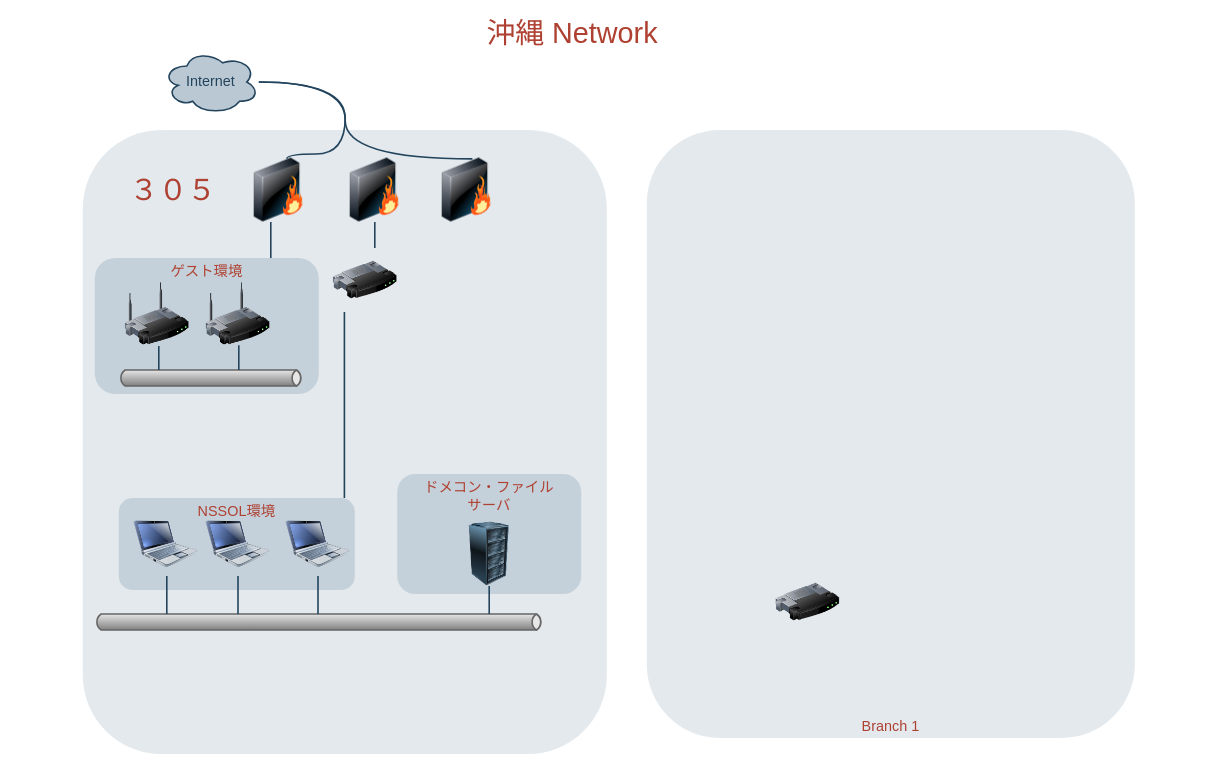
Before: 0610Study/Untitled Diagram.drawio in oomorimotohiro/study-4, a draw.io diagram. Source tidied: cells renumbered, new cells numbered last; positions are measured from the earlier drawing's top-left corner, leaving out a move shared by most shapes. Both pictures are drawn from the tidied source at 80%, with x=0, y=0 at pixel (20, 14).
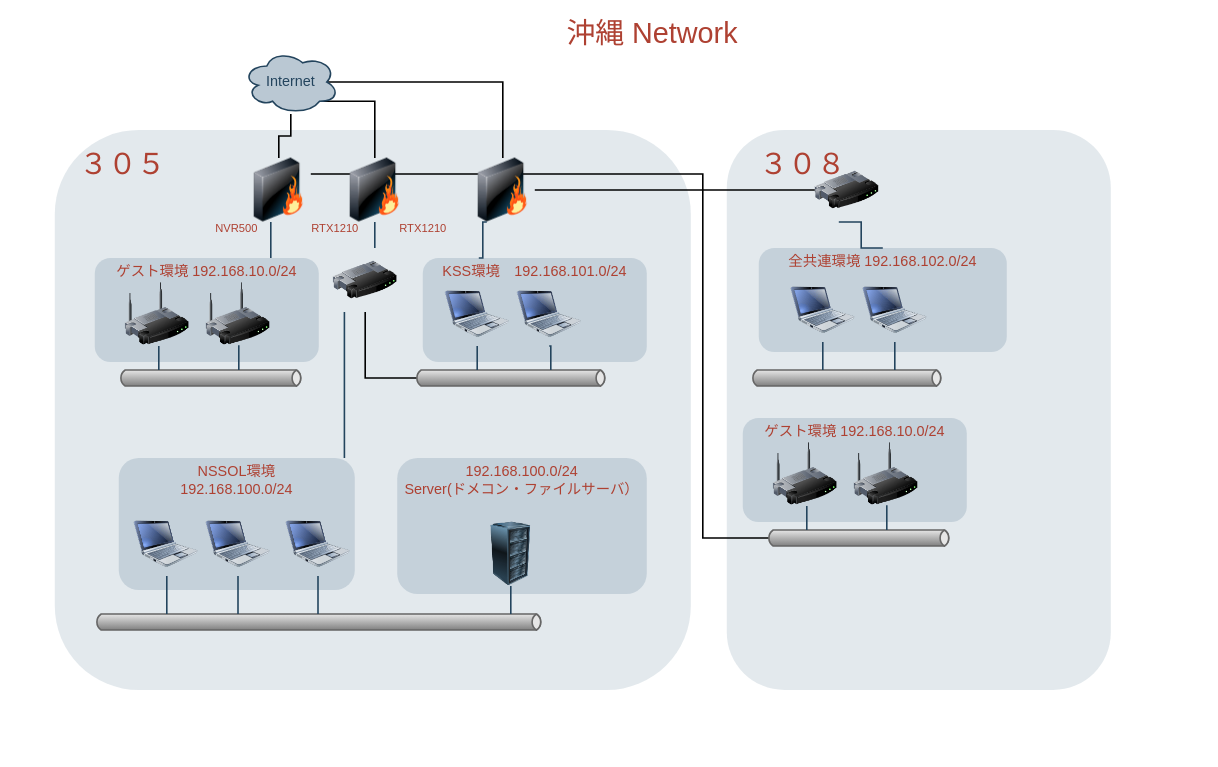
Above is the later version.

Unchanged cells that the change refers to:
```xml
<mxCell id="14" style="image;html=1;image=img/lib/clip_art/networking/Router_128x128.png;shadow=0;strokeColor=#000000;fillColor=#FFFFFF;gradientColor=none;fontSize=18;fontColor=#F08705;fontStyle=0;" parent="1" vertex="1">
  <mxGeometry x="391" y="292.5" width="80" height="80" as="geometry" />
</mxCell>
<mxCell id="16" style="image;html=1;image=img/lib/clip_art/networking/Firewall_128x128.png;shadow=0;strokeColor=#000000;fillColor=#FFFFFF;gradientColor=none;fontSize=18;fontColor=#F08705;fontStyle=0;" parent="1" vertex="1">
  <mxGeometry x="283" y="180" width="80" height="80" as="geometry" />
</mxCell>
<mxCell id="30" style="image;html=1;image=img/lib/clip_art/networking/Firewall_128x128.png;shadow=0;strokeColor=#000000;fillColor=#FFFFFF;gradientColor=none;fontSize=18;fontColor=#F08705;fontStyle=0;" parent="1" vertex="1">
  <mxGeometry x="403" y="180" width="80" height="80" as="geometry" />
</mxCell>
```

The edit, as a diff of the source:
```diff
@@
     <mxCell id="2" style="rounded=1;whiteSpace=wrap;html=1;shadow=0;strokeColor=none;fillColor=#BAC8D3;gradientColor=none;fontSize=18;fontColor=#F08705;opacity=40;fontStyle=0;strokeWidth=3;" parent="1" vertex="1">
-      <mxGeometry x="78" y="145" width="655" height="780" as="geometry" />
+      <mxGeometry x="43" y="145" width="795" height="700" as="geometry" />
     </mxCell>
-    <mxCell id="3" value="&lt;span style=&quot;line-height: 17.1818180084229px&quot;&gt;ゲスト環境&lt;/span&gt;" style="rounded=1;whiteSpace=wrap;html=1;shadow=0;strokeColor=none;fillColor=#BAC8D3;gradientColor=none;fontSize=18;fontColor=#AE4132;verticalAlign=top;fontStyle=0;opacity=70;strokeWidth=3;" parent="1" vertex="1">
-      <mxGeometry x="93" y="305" width="280" height="170" as="geometry" />
+    <mxCell id="3" value="&lt;span style=&quot;line-height: 17.1818180084229px&quot;&gt;ゲスト環境 192.168.10.0/24&lt;/span&gt;" style="rounded=1;whiteSpace=wrap;html=1;shadow=0;strokeColor=none;fillColor=#BAC8D3;gradientColor=none;fontSize=18;fontColor=#AE4132;verticalAlign=top;fontStyle=0;opacity=70;strokeWidth=3;" parent="1" vertex="1">
+      <mxGeometry x="93" y="305" width="280" height="130" as="geometry" />
     </mxCell>
-    <mxCell id="4" value="&lt;span style=&quot;line-height: 17.1818180084229px&quot;&gt;NSSOL環境&lt;/span&gt;" style="rounded=1;whiteSpace=wrap;html=1;shadow=0;strokeColor=none;fillColor=#BAC8D3;gradientColor=none;fontSize=18;fontColor=#AE4132;verticalAlign=top;fontStyle=0;opacity=70;strokeWidth=3;" parent="1" vertex="1">
-      <mxGeometry x="123" y="605" width="295" height="115" as="geometry" />
+    <mxCell id="4" value="&lt;span style=&quot;line-height: 17.1818180084229px&quot;&gt;NSSOL環境&lt;br&gt;192.168.100.0/24&lt;br&gt;&lt;/span&gt;" style="rounded=1;whiteSpace=wrap;html=1;shadow=0;strokeColor=none;fillColor=#BAC8D3;gradientColor=none;fontSize=18;fontColor=#AE4132;verticalAlign=top;fontStyle=0;opacity=70;strokeWidth=3;" parent="1" vertex="1">
+      <mxGeometry x="123" y="555" width="295" height="165" as="geometry" />
     </mxCell>
-    <mxCell id="5" value="ドメコン・ファイル&lt;br&gt;サーバ" style="rounded=1;whiteSpace=wrap;html=1;shadow=0;strokeColor=none;fillColor=#BAC8D3;gradientColor=none;fontSize=18;fontColor=#AE4132;verticalAlign=top;fontStyle=0;opacity=70;strokeWidth=3;" parent="1" vertex="1">
-      <mxGeometry x="471" y="575" width="230" height="150" as="geometry" />
+    <mxCell id="5" value="192.168.100.0/24&lt;br&gt;Server(ドメコン・ファイルサーバ）" style="rounded=1;whiteSpace=wrap;html=1;shadow=0;strokeColor=none;fillColor=#BAC8D3;gradientColor=none;fontSize=18;fontColor=#AE4132;verticalAlign=top;fontStyle=0;opacity=70;strokeWidth=3;" parent="1" vertex="1">
+      <mxGeometry x="471" y="555" width="312" height="170" as="geometry" />
     </mxCell>
-    <mxCell id="6" value="Branch 1" style="rounded=1;whiteSpace=wrap;html=1;shadow=0;strokeColor=none;fillColor=#BAC8D3;gradientColor=none;fontSize=18;fontColor=#AE4132;verticalAlign=bottom;fontStyle=0;opacity=40;strokeWidth=3;" parent="1" vertex="1">
-      <mxGeometry x="783" y="145" width="610" height="760" as="geometry" />
+    <mxCell id="6" style="rounded=1;whiteSpace=wrap;html=1;shadow=0;strokeColor=none;fillColor=#BAC8D3;gradientColor=none;fontSize=18;fontColor=#AE4132;verticalAlign=bottom;fontStyle=0;opacity=40;strokeWidth=3;" parent="1" vertex="1">
+      <mxGeometry x="883" y="145" width="480" height="700" as="geometry" />
     </mxCell>
     <mxCell id="7" style="edgeStyle=orthogonalEdgeStyle;rounded=0;jettySize=auto;html=1;exitX=0.31;exitY=0.8;exitDx=0;exitDy=0;exitPerimeter=0;" parent="1" edge="1" source="8">
       <mxGeometry relative="1" as="geometry">
-        <mxPoint x="223" y="75" as="targetPoint" />
+        <mxPoint x="323" y="75" as="targetPoint" />
       </mxGeometry>
     </mxCell>
+    <mxCell id="36" style="edgeStyle=orthogonalEdgeStyle;rounded=0;jettySize=auto;html=1;exitX=0.8;exitY=0.8;exitDx=0;exitDy=0;exitPerimeter=0;endArrow=none;endFill=0;strokeWidth=2;fontSize=14;" parent="1" edge="1" source="8" target="30">
+      <mxGeometry relative="1" as="geometry" />
+    </mxCell>
+    <mxCell id="37" style="edgeStyle=orthogonalEdgeStyle;rounded=0;jettySize=auto;html=1;exitX=0.875;exitY=0.5;exitDx=0;exitDy=0;exitPerimeter=0;entryX=0.5;entryY=0;entryDx=0;entryDy=0;endArrow=none;endFill=0;strokeWidth=2;fontSize=14;" parent="1" edge="1" source="8" target="27">
+      <mxGeometry relative="1" as="geometry" />
+    </mxCell>
     <mxCell id="8" value="Internet" style="ellipse;shape=cloud;whiteSpace=wrap;html=1;shadow=0;strokeColor=#23445D;fillColor=#BAC8D3;gradientColor=none;fontSize=18;fontColor=#23445D;gradientDirection=north;fontStyle=0;strokeWidth=2;" parent="1" vertex="1">
-      <mxGeometry x="178" y="45" width="120" height="80" as="geometry" />
+      <mxGeometry x="278" y="45" width="120" height="80" as="geometry" />
     </mxCell>
@@
     <mxCell id="12" style="image;html=1;image=img/lib/clip_art/computers/Server_Rack_128x128.png;shadow=0;strokeColor=#000000;fillColor=#FFFFFF;gradientColor=none;fontSize=18;fontColor=#F08705;fontStyle=0;" parent="1" vertex="1">
-      <mxGeometry x="546" y="635" width="80" height="80" as="geometry" />
+      <mxGeometry x="573" y="635" width="80" height="80" as="geometry" />
     </mxCell>
@@
+    <mxCell id="38" style="edgeStyle=orthogonalEdgeStyle;rounded=0;jettySize=auto;html=1;exitX=0.5;exitY=0;exitDx=0;exitDy=0;endArrow=none;endFill=0;strokeWidth=2;fontSize=14;" parent="1" edge="1" source="16" target="8">
+      <mxGeometry relative="1" as="geometry" />
+    </mxCell>
+    <mxCell id="39" style="edgeStyle=orthogonalEdgeStyle;rounded=0;jettySize=auto;html=1;exitX=1;exitY=0.25;exitDx=0;exitDy=0;entryX=0;entryY=0.5;entryDx=2.7;entryDy=0;entryPerimeter=0;endArrow=none;endFill=0;strokeWidth=2;fontSize=14;" parent="1" edge="1" source="16" target="63">
+      <mxGeometry relative="1" as="geometry">
+        <Array as="points">
+          <mxPoint x="853" y="200" />
+          <mxPoint x="853" y="655" />
+        </Array>
+      </mxGeometry>
+    </mxCell>
@@
-    <mxCell id="22" style="edgeStyle=orthogonalEdgeStyle;rounded=0;html=1;startArrow=none;startFill=0;endArrow=none;endFill=0;fontSize=18;fontColor=#F08705;strokeColor=#23445D;strokeWidth=2;curved=1;fontStyle=0;exitX=0.588;exitY=0.013;exitDx=0;exitDy=0;exitPerimeter=0;" parent="1" edge="1" source="27" target="8">
-      <mxGeometry relative="1" as="geometry">
-        <Array as="points">
-          <mxPoint x="406" y="181" />
-          <mxPoint x="406" y="85" />
-        </Array>
-      </mxGeometry>
-    </mxCell>
     <mxCell id="23" value="３０５" style="text;html=1;strokeColor=none;fillColor=none;align=center;verticalAlign=middle;whiteSpace=wrap;overflow=hidden;shadow=0;fontSize=36;fontColor=#AE4132;fontStyle=0;" parent="1" vertex="1">
-      <mxGeometry x="71" y="165" width="240" height="110" as="geometry" />
+      <mxGeometry x="63" y="155" width="130" height="65" as="geometry" />
     </mxCell>
     <mxCell id="24" value="沖縄 Network" style="text;html=1;strokeColor=none;fillColor=none;align=center;verticalAlign=middle;whiteSpace=wrap;overflow=hidden;shadow=0;fontSize=36;fontColor=#AE4132;fontStyle=0;" parent="1" vertex="1">
-      <mxGeometry width="1380" height="45" as="geometry" />
+      <mxGeometry x="100" width="1380" height="45" as="geometry" />
     </mxCell>
@@
     <mxCell id="26" style="image;html=1;image=img/lib/clip_art/networking/Router_128x128.png;shadow=0;strokeColor=#000000;fillColor=#FFFFFF;gradientColor=none;fontSize=18;fontColor=#F08705;fontStyle=0;" parent="1" vertex="1">
-      <mxGeometry x="944" y="695" width="80" height="80" as="geometry" />
+      <mxGeometry x="993" y="180" width="80" height="80" as="geometry" />
     </mxCell>
+    <mxCell id="40" style="edgeStyle=orthogonalEdgeStyle;rounded=0;jettySize=auto;html=1;exitX=1;exitY=0.5;exitDx=0;exitDy=0;entryX=0;entryY=0.5;entryDx=0;entryDy=0;endArrow=none;endFill=0;strokeWidth=2;fontSize=14;" parent="1" edge="1" source="27" target="26">
+      <mxGeometry relative="1" as="geometry" />
+    </mxCell>
     <mxCell id="27" style="image;html=1;image=img/lib/clip_art/networking/Firewall_128x128.png;shadow=0;strokeColor=#000000;fillColor=#FFFFFF;gradientColor=none;fontSize=18;fontColor=#F08705;fontStyle=0;" parent="1" vertex="1">
-      <mxGeometry x="518" y="180" width="80" height="80" as="geometry" />
+      <mxGeometry x="563" y="180" width="80" height="80" as="geometry" />
     </mxCell>
-    <mxCell id="28" style="edgeStyle=orthogonalEdgeStyle;rounded=0;html=1;startArrow=none;startFill=0;endArrow=none;endFill=0;fontSize=18;fontColor=#F08705;strokeColor=#23445D;strokeWidth=2;curved=1;fontStyle=0;" parent="1" edge="1" target="8">
-      <mxGeometry relative="1" as="geometry">
-        <mxPoint x="333" y="181" as="sourcePoint" />
-        <Array as="points">
-          <mxPoint x="333" y="181" />
-          <mxPoint x="333" y="175" />
-          <mxPoint x="406" y="175" />
-          <mxPoint x="406" y="85" />
-        </Array>
-      </mxGeometry>
-    </mxCell>
@@
+    <mxCell id="41" value="NVR500" style="text;html=1;strokeColor=none;fillColor=none;align=center;verticalAlign=middle;whiteSpace=wrap;overflow=hidden;shadow=0;fontSize=14;fontColor=#AE4132;fontStyle=0;" parent="1" vertex="1">
+      <mxGeometry x="230" y="242.5" width="81" height="50" as="geometry" />
+    </mxCell>
+    <mxCell id="42" value="RTX1210" style="text;html=1;strokeColor=none;fillColor=none;align=center;verticalAlign=middle;whiteSpace=wrap;overflow=hidden;shadow=0;fontSize=14;fontColor=#AE4132;fontStyle=0;" parent="1" vertex="1">
+      <mxGeometry x="353" y="242.5" width="81" height="50" as="geometry" />
+    </mxCell>
+    <mxCell id="43" value="RTX1210" style="text;html=1;strokeColor=none;fillColor=none;align=center;verticalAlign=middle;whiteSpace=wrap;overflow=hidden;shadow=0;fontSize=14;fontColor=#AE4132;fontStyle=0;" parent="1" vertex="1">
+      <mxGeometry x="463" y="242.5" width="81" height="50" as="geometry" />
+    </mxCell>
+    <mxCell id="44" style="edgeStyle=orthogonalEdgeStyle;rounded=0;jettySize=auto;html=1;exitX=0;exitY=0.5;exitDx=2.7;exitDy=0;exitPerimeter=0;fontSize=14;horizontal=0;endArrow=none;endFill=0;strokeWidth=2;" parent="1" edge="1" source="45" target="14">
+      <mxGeometry relative="1" as="geometry" />
+    </mxCell>
+    <mxCell id="45" style="strokeWidth=2;strokeColor=#666666;dashed=0;align=center;html=1;fontSize=8;shape=mxgraph.eip.messageChannel;shadow=0;fillColor=#FFFFFF;gradientColor=none;fontColor=#F08705;fontStyle=0;" parent="1" vertex="1">
+      <mxGeometry x="493" y="445" width="240" height="20" as="geometry" />
+    </mxCell>
+    <mxCell id="46" value="KSS環境　192.168.101.0/24" style="rounded=1;whiteSpace=wrap;html=1;shadow=0;strokeColor=none;fillColor=#BAC8D3;gradientColor=none;fontSize=18;fontColor=#AE4132;verticalAlign=top;fontStyle=0;opacity=70;strokeWidth=3;" parent="1" vertex="1">
+      <mxGeometry x="503" y="305" width="280" height="130" as="geometry" />
+    </mxCell>
+    <mxCell id="47" style="image;html=1;image=img/lib/clip_art/computers/Netbook_128x128.png;shadow=0;strokeColor=#000000;fillColor=#FFFFFF;gradientColor=none;fontSize=18;fontColor=#F08705;fontStyle=0;" parent="1" vertex="1">
+      <mxGeometry x="531" y="335" width="80" height="80" as="geometry" />
+    </mxCell>
+    <mxCell id="48" style="image;html=1;image=img/lib/clip_art/computers/Netbook_128x128.png;shadow=0;strokeColor=#000000;fillColor=#FFFFFF;gradientColor=none;fontSize=18;fontColor=#F08705;fontStyle=0;" parent="1" vertex="1">
+      <mxGeometry x="621" y="335" width="80" height="80" as="geometry" />
+    </mxCell>
+    <mxCell id="49" style="edgeStyle=elbowEdgeStyle;strokeWidth=2;rounded=0;endArrow=none;startArrow=none;startSize=10;endSize=10;dashed=0;html=1;strokeColor=#23445D;fontSize=18;fontColor=#F08705;startFill=0;endFill=0;fontStyle=0;exitX=0.5;exitY=1;exitDx=0;exitDy=0;" parent="1" edge="1" source="47" target="45">
+      <mxGeometry relative="1" as="geometry">
+        <Array as="points">
+          <mxPoint x="571" y="435" />
+          <mxPoint x="161.5" y="558.5" />
+        </Array>
+      </mxGeometry>
+    </mxCell>
+    <mxCell id="50" style="edgeStyle=elbowEdgeStyle;strokeWidth=2;rounded=0;endArrow=none;startArrow=none;startSize=10;endSize=10;dashed=0;html=1;strokeColor=#23445D;fontSize=18;fontColor=#F08705;startFill=0;endFill=0;fontStyle=0;exitX=0.5;exitY=1;exitDx=0;exitDy=0;entryX=0;entryY=0;entryDx=170;entryDy=0;entryPerimeter=0;" parent="1" edge="1" source="48" target="45">
+      <mxGeometry relative="1" as="geometry">
+        <Array as="points">
+          <mxPoint x="663" y="435" />
+          <mxPoint x="171.5" y="568.5" />
+        </Array>
+      </mxGeometry>
+    </mxCell>
+    <mxCell id="51" style="edgeStyle=elbowEdgeStyle;strokeWidth=2;rounded=0;endArrow=none;startArrow=none;startSize=10;endSize=10;dashed=0;html=1;strokeColor=#23445D;fontSize=18;fontColor=#F08705;startFill=0;endFill=0;fontStyle=0;exitX=0.25;exitY=1;exitDx=0;exitDy=0;entryX=0.25;entryY=0;entryDx=0;entryDy=0;" parent="1" edge="1" source="27" target="46">
+      <mxGeometry relative="1" as="geometry" />
+    </mxCell>
+    <mxCell id="52" value="全共連環境 192.168.102.0/24" style="rounded=1;whiteSpace=wrap;html=1;shadow=0;strokeColor=none;fillColor=#BAC8D3;gradientColor=none;fontSize=18;fontColor=#AE4132;verticalAlign=top;fontStyle=0;opacity=70;strokeWidth=3;" parent="1" vertex="1">
+      <mxGeometry x="923" y="292.5" width="310" height="130" as="geometry" />
+    </mxCell>
+    <mxCell id="53" style="edgeStyle=elbowEdgeStyle;strokeWidth=2;rounded=0;endArrow=none;startArrow=none;startSize=10;endSize=10;dashed=0;html=1;strokeColor=#23445D;fontSize=18;fontColor=#F08705;startFill=0;endFill=0;fontStyle=0;entryX=0.5;entryY=0;entryDx=0;entryDy=0;" parent="1" edge="1" target="52">
+      <mxGeometry relative="1" as="geometry">
+        <mxPoint x="1023" y="260" as="sourcePoint" />
+      </mxGeometry>
+    </mxCell>
+    <mxCell id="54" style="image;html=1;image=img/lib/clip_art/computers/Netbook_128x128.png;shadow=0;strokeColor=#000000;fillColor=#FFFFFF;gradientColor=none;fontSize=18;fontColor=#F08705;fontStyle=0;" parent="1" vertex="1">
+      <mxGeometry x="963" y="330" width="80" height="80" as="geometry" />
+    </mxCell>
+    <mxCell id="55" style="image;html=1;image=img/lib/clip_art/computers/Netbook_128x128.png;shadow=0;strokeColor=#000000;fillColor=#FFFFFF;gradientColor=none;fontSize=18;fontColor=#F08705;fontStyle=0;" parent="1" vertex="1">
+      <mxGeometry x="1053" y="330" width="80" height="80" as="geometry" />
+    </mxCell>
+    <mxCell id="56" style="strokeWidth=2;strokeColor=#666666;dashed=0;align=center;html=1;fontSize=8;shape=mxgraph.eip.messageChannel;shadow=0;fillColor=#FFFFFF;gradientColor=none;fontColor=#F08705;fontStyle=0;" parent="1" vertex="1">
+      <mxGeometry x="913" y="445" width="240" height="20" as="geometry" />
+    </mxCell>
+    <mxCell id="57" style="edgeStyle=elbowEdgeStyle;strokeWidth=2;rounded=0;endArrow=none;startArrow=none;startSize=10;endSize=10;dashed=0;html=1;strokeColor=#23445D;fontSize=18;fontColor=#F08705;startFill=0;endFill=0;fontStyle=0;exitX=0.5;exitY=1;exitDx=0;exitDy=0;entryX=0;entryY=0;entryDx=90;entryDy=0;entryPerimeter=0;" parent="1" edge="1" source="54" target="56">
+      <mxGeometry relative="1" as="geometry">
+        <Array as="points">
+          <mxPoint x="1003" y="425" />
+          <mxPoint x="171.5" y="568.5" />
+        </Array>
+      </mxGeometry>
+    </mxCell>
+    <mxCell id="58" style="edgeStyle=elbowEdgeStyle;strokeWidth=2;rounded=0;endArrow=none;startArrow=none;startSize=10;endSize=10;dashed=0;html=1;strokeColor=#23445D;fontSize=18;fontColor=#F08705;startFill=0;endFill=0;fontStyle=0;exitX=0.5;exitY=1;exitDx=0;exitDy=0;entryX=0;entryY=0;entryDx=180;entryDy=0;entryPerimeter=0;" parent="1" edge="1" source="55" target="56">
+      <mxGeometry relative="1" as="geometry">
+        <Array as="points">
+          <mxPoint x="1093" y="435" />
+          <mxPoint x="181.5" y="578.5" />
+        </Array>
+      </mxGeometry>
+    </mxCell>
+    <mxCell id="59" value="３０８" style="text;html=1;strokeColor=none;fillColor=none;align=center;verticalAlign=middle;whiteSpace=wrap;overflow=hidden;shadow=0;fontSize=36;fontColor=#AE4132;fontStyle=0;" parent="1" vertex="1">
+      <mxGeometry x="913" y="155" width="130" height="65" as="geometry" />
+    </mxCell>
+    <mxCell id="60" value="&lt;span style=&quot;line-height: 17.1818180084229px&quot;&gt;ゲスト環境&amp;nbsp;&lt;/span&gt;192.168.10.0/24" style="rounded=1;whiteSpace=wrap;html=1;shadow=0;strokeColor=none;fillColor=#BAC8D3;gradientColor=none;fontSize=18;fontColor=#AE4132;verticalAlign=top;fontStyle=0;opacity=70;strokeWidth=3;" parent="1" vertex="1">
+      <mxGeometry x="903" y="505" width="280" height="130" as="geometry" />
+    </mxCell>
+    <mxCell id="61" style="image;html=1;image=img/lib/clip_art/networking/Wireless_Router_128x128.png;shadow=0;strokeColor=#000000;fillColor=#FFFFFF;gradientColor=none;fontSize=18;fontColor=#F08705;fontStyle=0;" parent="1" vertex="1">
+      <mxGeometry x="941" y="535" width="80" height="80" as="geometry" />
+    </mxCell>
+    <mxCell id="62" style="image;html=1;image=img/lib/clip_art/networking/Wireless_Router_128x128.png;shadow=0;strokeColor=#000000;fillColor=#FFFFFF;gradientColor=none;fontSize=18;fontColor=#F08705;fontStyle=0;" parent="1" vertex="1">
+      <mxGeometry x="1042" y="535" width="80" height="80" as="geometry" />
+    </mxCell>
+    <mxCell id="63" style="strokeWidth=2;strokeColor=#666666;dashed=0;align=center;html=1;fontSize=8;shape=mxgraph.eip.messageChannel;shadow=0;fillColor=#FFFFFF;gradientColor=none;fontColor=#F08705;fontStyle=0;" parent="1" vertex="1">
+      <mxGeometry x="933" y="645" width="230" height="20" as="geometry" />
+    </mxCell>
+    <mxCell id="64" style="edgeStyle=elbowEdgeStyle;strokeWidth=2;rounded=0;endArrow=none;startArrow=none;startSize=10;endSize=10;dashed=0;html=1;strokeColor=#23445D;fontSize=18;fontColor=#F08705;startFill=0;endFill=0;fontStyle=0;" parent="1" edge="1" target="63">
+      <mxGeometry relative="1" as="geometry">
+        <mxPoint x="983" y="615" as="sourcePoint" />
+        <Array as="points">
+          <mxPoint x="983" y="615" />
+          <mxPoint x="961.5" y="748.5" />
+        </Array>
+      </mxGeometry>
+    </mxCell>
+    <mxCell id="65" style="edgeStyle=elbowEdgeStyle;strokeWidth=2;rounded=0;endArrow=none;startArrow=none;startSize=10;endSize=10;dashed=0;html=1;strokeColor=#23445D;fontSize=18;fontColor=#F08705;startFill=0;endFill=0;fontStyle=0;exitX=0.5;exitY=1;exitDx=0;exitDy=0;entryX=0;entryY=0;entryDx=150;entryDy=0;entryPerimeter=0;" parent="1" edge="1" source="62" target="63">
+      <mxGeometry relative="1" as="geometry">
+        <Array as="points">
+          <mxPoint x="1083" y="635" />
+          <mxPoint x="971.5" y="758.5" />
+        </Array>
+      </mxGeometry>
+    </mxCell>
```
